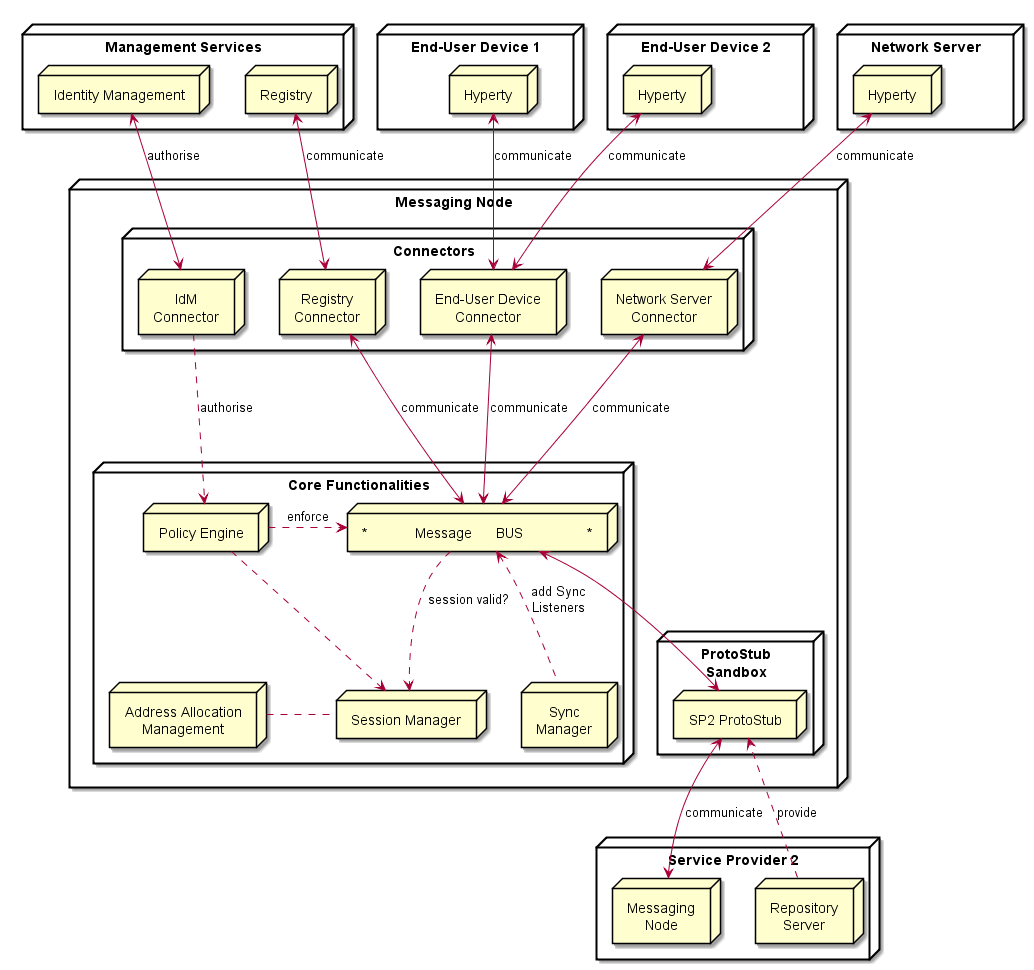
Above: docs/specs/msg-node/msg-node-architecture.png in reTHINK-project/dev-service-framework (PlantUML), before the change.
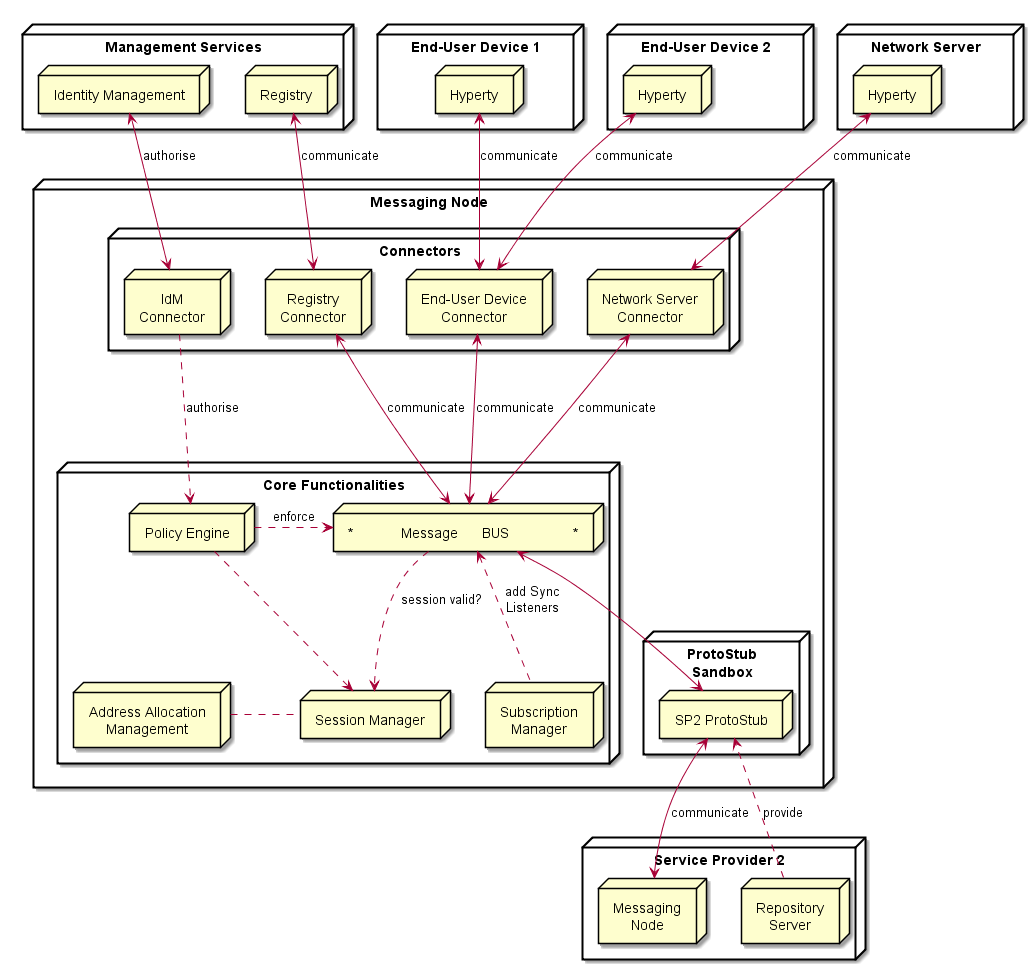
The same file after the commit.

The edit, as a diff of the source:
```diff
@@ -50,7 +50,7 @@
 
  node "Address Allocation\nManagement" as ID
 
- node "Sync\nManager" as Sync
+ node "Subscription\nManager" as Sync
 
  }
 
```
